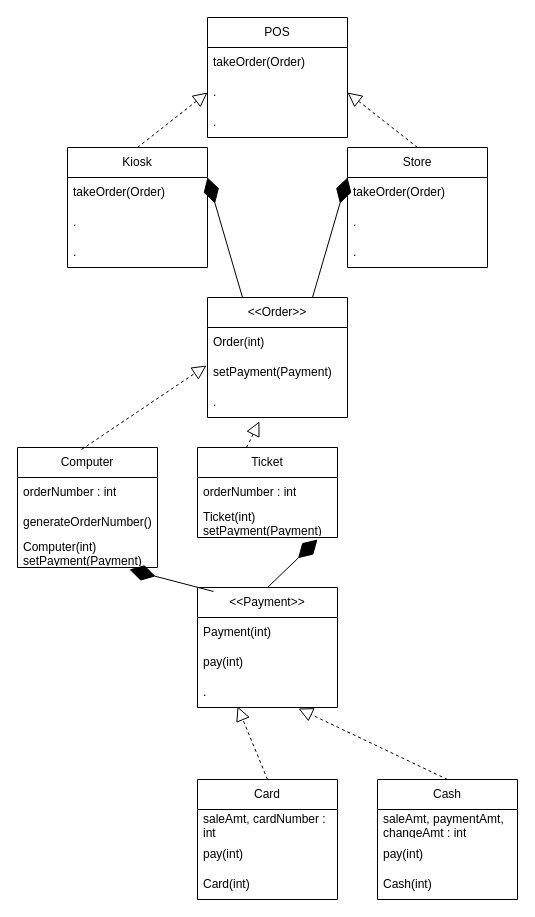
This is HW 1 UML.drawio from Arellano-Jann/strategy-pattern, a draw.io file, before an edit. Source tidied: cells renumbered, new cells numbered last; positions are measured from the earlier drawing's top-left corner, leaving out a move shared by most shapes. Both pictures are drawn from the tidied source at 100%, with x=0, y=0 at pixel (17, 17).
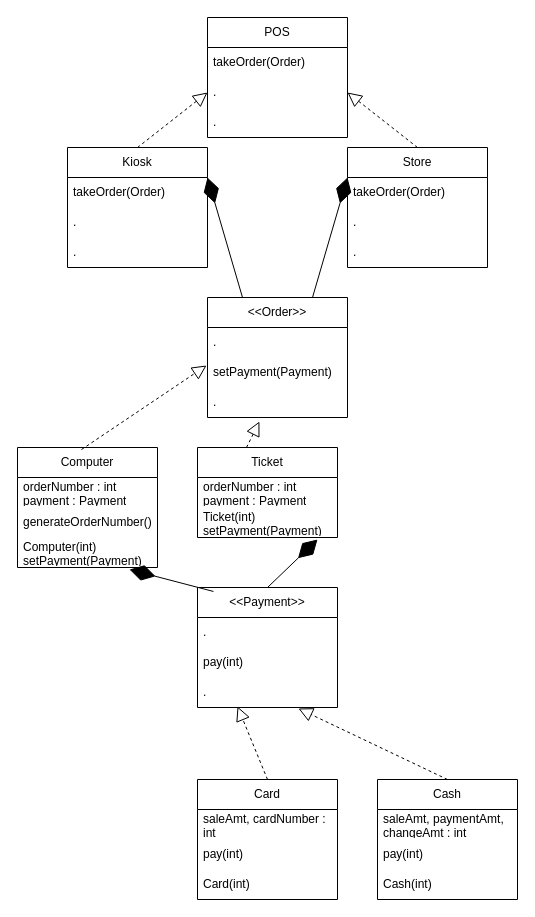
The same diagram, later.

Unchanged cells that the change refers to:
```xml
<mxCell id="2" value="&amp;lt;&amp;lt;Order&amp;gt;&amp;gt;" style="swimlane;fontStyle=0;horizontal=1;startSize=30;whiteSpace=wrap;html=1;" parent="1" vertex="1">
  <mxGeometry x="190" y="280" width="140" height="120" as="geometry" />
</mxCell>
<mxCell id="6" value="&amp;lt;&amp;lt;Payment&amp;gt;&amp;gt;" style="swimlane;fontStyle=0;horizontal=1;startSize=30;whiteSpace=wrap;html=1;" parent="1" vertex="1">
  <mxGeometry x="180" y="570" width="140" height="120" as="geometry" />
</mxCell>
<mxCell id="18" value="Computer" style="swimlane;fontStyle=0;horizontal=1;startSize=30;whiteSpace=wrap;html=1;" parent="1" vertex="1">
  <mxGeometry y="430" width="140" height="120" as="geometry" />
</mxCell>
<mxCell id="22" value="Ticket" style="swimlane;fontStyle=0;horizontal=1;startSize=30;whiteSpace=wrap;html=1;" parent="1" vertex="1">
  <mxGeometry x="180" y="430" width="140" height="90" as="geometry" />
</mxCell>
```

What changed in the source:
```diff
@@
-    <mxCell id="3" value="Order(int)" style="text;strokeColor=none;fillColor=none;align=left;verticalAlign=middle;spacingLeft=4;spacingRight=4;overflow=hidden;whiteSpace=wrap;html=1;" parent="2" vertex="1">
+    <mxCell id="3" value="." style="text;strokeColor=none;fillColor=none;align=left;verticalAlign=middle;spacingLeft=4;spacingRight=4;overflow=hidden;whiteSpace=wrap;html=1;" parent="2" vertex="1">
       <mxGeometry y="30" width="140" height="30" as="geometry" />
     </mxCell>
@@
-    <mxCell id="7" value="Payment(int)" style="text;strokeColor=none;fillColor=none;align=left;verticalAlign=middle;spacingLeft=4;spacingRight=4;overflow=hidden;whiteSpace=wrap;html=1;" parent="6" vertex="1">
+    <mxCell id="7" value="." style="text;strokeColor=none;fillColor=none;align=left;verticalAlign=middle;spacingLeft=4;spacingRight=4;overflow=hidden;whiteSpace=wrap;html=1;" parent="6" vertex="1">
       <mxGeometry y="30" width="140" height="30" as="geometry" />
     </mxCell>
@@
-    <mxCell id="19" value="orderNumber : int" style="text;strokeColor=none;fillColor=none;align=left;verticalAlign=middle;spacingLeft=4;spacingRight=4;overflow=hidden;whiteSpace=wrap;html=1;" parent="18" vertex="1">
+    <mxCell id="19" value="orderNumber : int&lt;br&gt;payment : Payment" style="text;strokeColor=none;fillColor=none;align=left;verticalAlign=middle;spacingLeft=4;spacingRight=4;overflow=hidden;whiteSpace=wrap;html=1;" parent="18" vertex="1">
       <mxGeometry y="30" width="140" height="30" as="geometry" />
     </mxCell>
@@
-    <mxCell id="23" value="orderNumber : int" style="text;strokeColor=none;fillColor=none;align=left;verticalAlign=middle;spacingLeft=4;spacingRight=4;overflow=hidden;whiteSpace=wrap;html=1;" parent="22" vertex="1">
+    <mxCell id="23" value="orderNumber : int&lt;br&gt;payment : Payment" style="text;strokeColor=none;fillColor=none;align=left;verticalAlign=middle;spacingLeft=4;spacingRight=4;overflow=hidden;whiteSpace=wrap;html=1;" parent="22" vertex="1">
       <mxGeometry y="30" width="140" height="30" as="geometry" />
     </mxCell>
```
